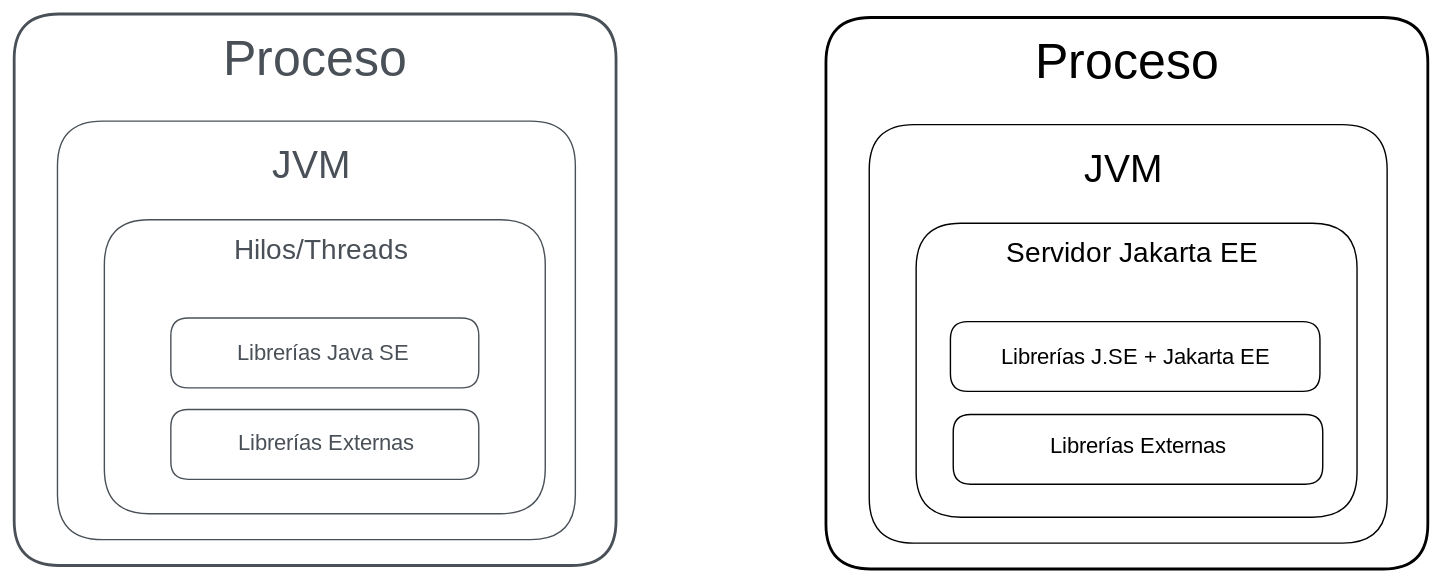
The Excalidraw diagram src/tema6/backend/files/img/jakarta-ee.excalidraw.svg in atilanof/web-ejercicios-pat, before a commit. Source tidied: one line per element, renumbered; positions are measured from the earlier drawing's top-left corner, leaving out a move shared by most shapes.
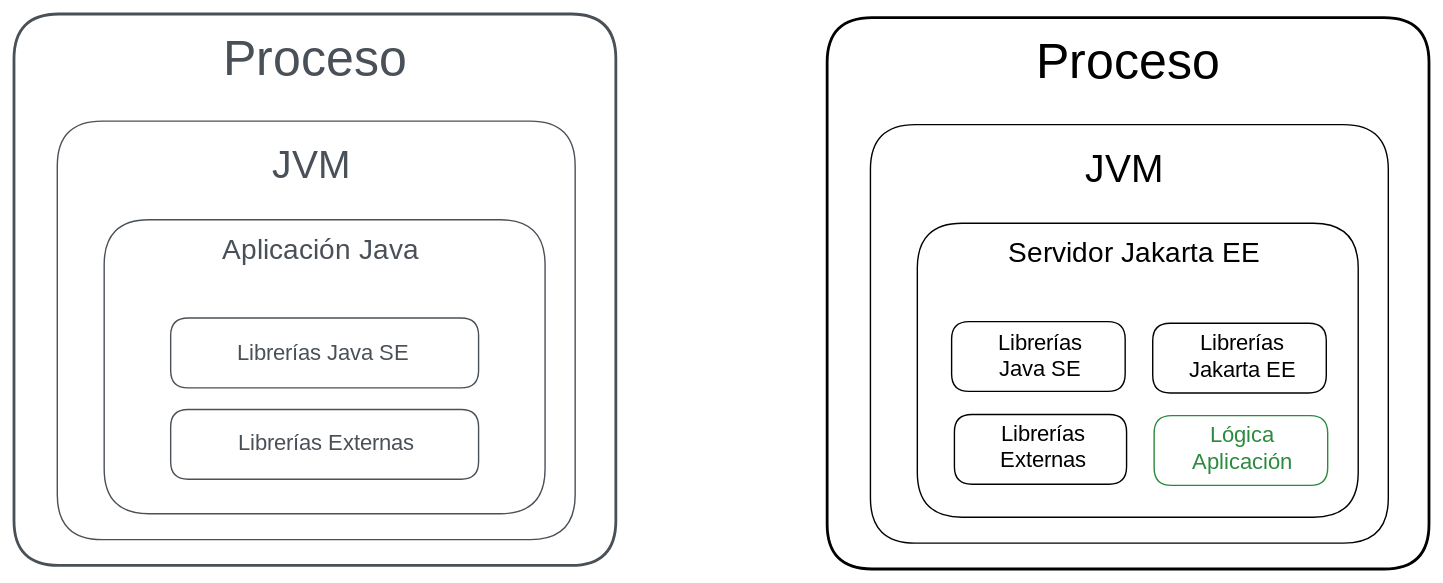
Later version of the same file.

What changed in the source:
```diff
@@ -4,17 +4,21 @@
 {"id": 3, "type": "text", "text": "JVM", "strokeColor": "#495057", "strokeWidth": 1, "roughness": 0, "fontSize": 28, "fontFamily": 1, "textAlign": "center", "x": 185, "y": 93, "width": 54, "height": 34}
 {"id": 4, "type": "rectangle", "strokeColor": "#495057", "strokeWidth": 1, "roughness": 0, "round": true, "x": 112, "y": 217, "width": 220, "height": 50}
 {"id": 5, "type": "rectangle", "strokeColor": "#495057", "strokeWidth": 1, "roughness": 0, "round": true, "x": 64, "y": 147, "width": 315, "height": 210}
-{"id": 6, "type": "text", "text": "Hilos/Threads", "strokeColor": "#495057", "strokeWidth": 1, "roughness": 0, "fontSize": 20, "fontFamily": 1, "textAlign": "center", "x": 152, "y": 157, "width": 134, "height": 24}
+{"id": 6, "type": "text", "text": "Aplicación Java", "strokeColor": "#495057", "strokeWidth": 1, "roughness": 0, "fontSize": 20, "fontFamily": 1, "textAlign": "center", "x": 144, "y": 157, "width": 151, "height": 24}
 {"id": 7, "type": "text", "text": "Librerías Java SE", "strokeColor": "#495057", "strokeWidth": 1, "roughness": 0, "fontSize": 16, "fontFamily": 1, "textAlign": "center", "x": 149, "y": 233, "width": 144, "height": 19}
 {"id": 8, "type": "rectangle", "strokeColor": "#495057", "strokeWidth": 1, "roughness": 0, "round": true, "x": 112, "y": 283, "width": 220, "height": 50}
 {"id": 9, "type": "text", "text": "Librerías Externas", "strokeColor": "#495057", "strokeWidth": 1, "roughness": 0, "fontSize": 16, "fontFamily": 1, "textAlign": "center", "x": 149, "y": 297, "width": 147, "height": 19}
-{"id": 10, "type": "rectangle", "strokeColor": "#000000", "strokeWidth": 2, "roughness": 0, "round": true, "x": 580, "y": 3, "width": 430, "height": 394}
+{"id": 10, "type": "rectangle", "strokeColor": "#000000", "strokeWidth": 2, "roughness": 0, "round": true, "x": 581, "y": 3, "width": 430, "height": 394}
-{"id": 11, "type": "text", "text": "Proceso", "strokeColor": "#000000", "strokeWidth": 1, "roughness": 0, "fontSize": 36, "fontFamily": 1, "textAlign": "center", "x": 727, "y": 13, "width": 136, "height": 43}
+{"id": 11, "type": "text", "text": "Proceso", "strokeColor": "#000000", "strokeWidth": 1, "roughness": 0, "fontSize": 36, "fontFamily": 1, "textAlign": "center", "x": 728, "y": 13, "width": 136, "height": 43}
-{"id": 12, "type": "rectangle", "strokeColor": "#000000", "strokeWidth": 1, "roughness": 0, "round": true, "x": 611, "y": 79, "width": 370, "height": 299}
+{"id": 12, "type": "rectangle", "strokeColor": "#000000", "strokeWidth": 1, "roughness": 0, "round": true, "x": 612, "y": 79, "width": 370, "height": 299}
-{"id": 13, "type": "text", "text": "JVM", "strokeColor": "#000000", "strokeWidth": 1, "roughness": 0, "fontSize": 28, "fontFamily": 1, "textAlign": "center", "x": 765, "y": 95, "width": 54, "height": 34}
+{"id": 13, "type": "text", "text": "JVM", "strokeColor": "#000000", "strokeWidth": 1, "roughness": 0, "fontSize": 28, "fontFamily": 1, "textAlign": "center", "x": 766, "y": 95, "width": 54, "height": 34}
-{"id": 14, "type": "rectangle", "strokeColor": "#000000", "strokeWidth": 1, "roughness": 0, "round": true, "x": 669, "y": 220, "width": 264, "height": 50}
+{"id": 14, "type": "rectangle", "strokeColor": "#000000", "strokeWidth": 1, "roughness": 0, "round": true, "x": 670, "y": 220, "width": 124, "height": 50}
-{"id": 15, "type": "rectangle", "strokeColor": "#000000", "strokeWidth": 1, "roughness": 0, "round": true, "x": 644, "y": 150, "width": 315, "height": 210}
+{"id": 15, "type": "rectangle", "strokeColor": "#000000", "strokeWidth": 1, "roughness": 0, "round": true, "x": 645, "y": 150, "width": 315, "height": 210}
-{"id": 16, "type": "text", "text": "Servidor Jakarta EE", "strokeColor": "#000000", "strokeWidth": 1, "roughness": 0, "fontSize": 20, "fontFamily": 1, "textAlign": "center", "x": 695, "y": 160, "width": 207, "height": 24}
+{"id": 16, "type": "text", "text": "Servidor Jakarta EE", "strokeColor": "#000000", "strokeWidth": 1, "roughness": 0, "fontSize": 20, "fontFamily": 1, "textAlign": "center", "x": 696, "y": 160, "width": 207, "height": 24}
-{"id": 17, "type": "text", "text": "Librerías J.SE + Jakarta EE", "strokeColor": "#000000", "strokeWidth": 1, "roughness": 0, "fontSize": 16, "fontFamily": 1, "textAlign": "center", "x": 685, "y": 235, "width": 233, "height": 19}
+{"id": 17, "type": "text", "text": "Librerías\nJava SE", "strokeColor": "#000000", "strokeWidth": 1, "roughness": 0, "fontSize": 16, "fontFamily": 1, "textAlign": "center", "x": 699, "y": 225, "width": 68, "height": 38}
-{"id": 18, "type": "rectangle", "strokeColor": "#000000", "strokeWidth": 1, "roughness": 0, "round": true, "x": 671, "y": 286, "width": 264, "height": 50}
+{"id": 18, "type": "rectangle", "strokeColor": "#000000", "strokeWidth": 1, "roughness": 0, "round": true, "x": 672, "y": 286, "width": 123, "height": 50}
-{"id": 19, "type": "text", "text": "Librerías Externas", "strokeColor": "#000000", "strokeWidth": 1, "roughness": 0, "fontSize": 16, "fontFamily": 1, "textAlign": "center", "x": 729, "y": 299, "width": 147, "height": 19}
+{"id": 19, "type": "text", "text": "Librerías\nExternas", "strokeColor": "#000000", "strokeWidth": 1, "roughness": 0, "fontSize": 16, "fontFamily": 1, "textAlign": "center", "x": 699, "y": 290, "width": 71, "height": 38}
+{"id": 20, "type": "rectangle", "strokeColor": "#000000", "strokeWidth": 1, "roughness": 0, "round": true, "x": 814, "y": 221, "width": 124, "height": 50}
+{"id": 21, "type": "text", "text": "Librerías\nJakarta EE", "strokeColor": "#000000", "strokeWidth": 1, "roughness": 0, "fontSize": 16, "fontFamily": 1, "textAlign": "center", "x": 830, "y": 226, "width": 95, "height": 38}
+{"id": 22, "type": "rectangle", "strokeColor": "#2b8a3e", "strokeWidth": 1, "roughness": 0, "round": true, "x": 815, "y": 287, "width": 124, "height": 50}
+{"id": 23, "type": "text", "text": "Lógica\nAplicación", "strokeColor": "#2b8a3e", "strokeWidth": 1, "roughness": 0, "fontSize": 16, "fontFamily": 1, "textAlign": "center", "x": 841, "y": 292, "width": 73, "height": 38}
```
